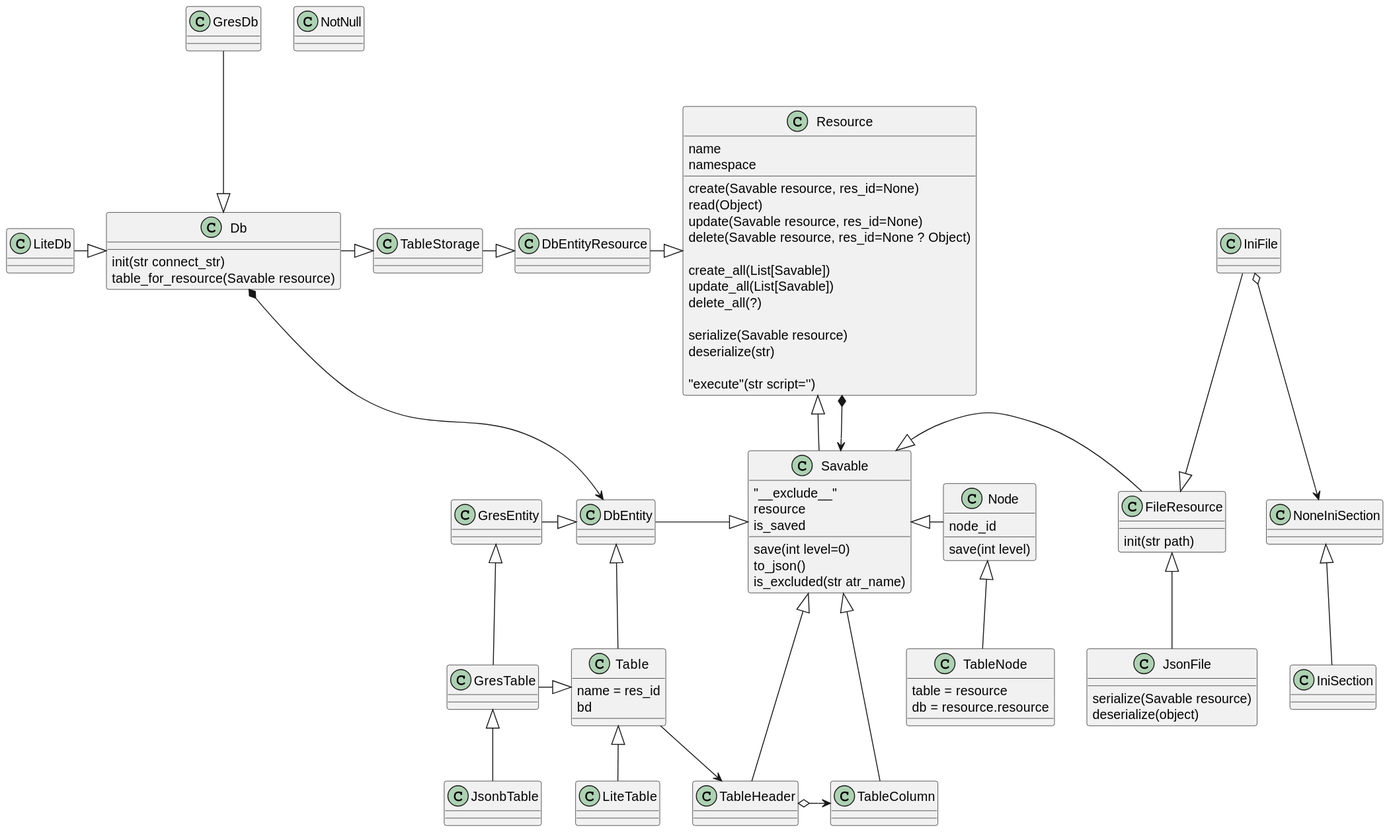
Before: out/uml/resource/resource.svg, a diagram exported from PlantUML (nagvalhm/epure).
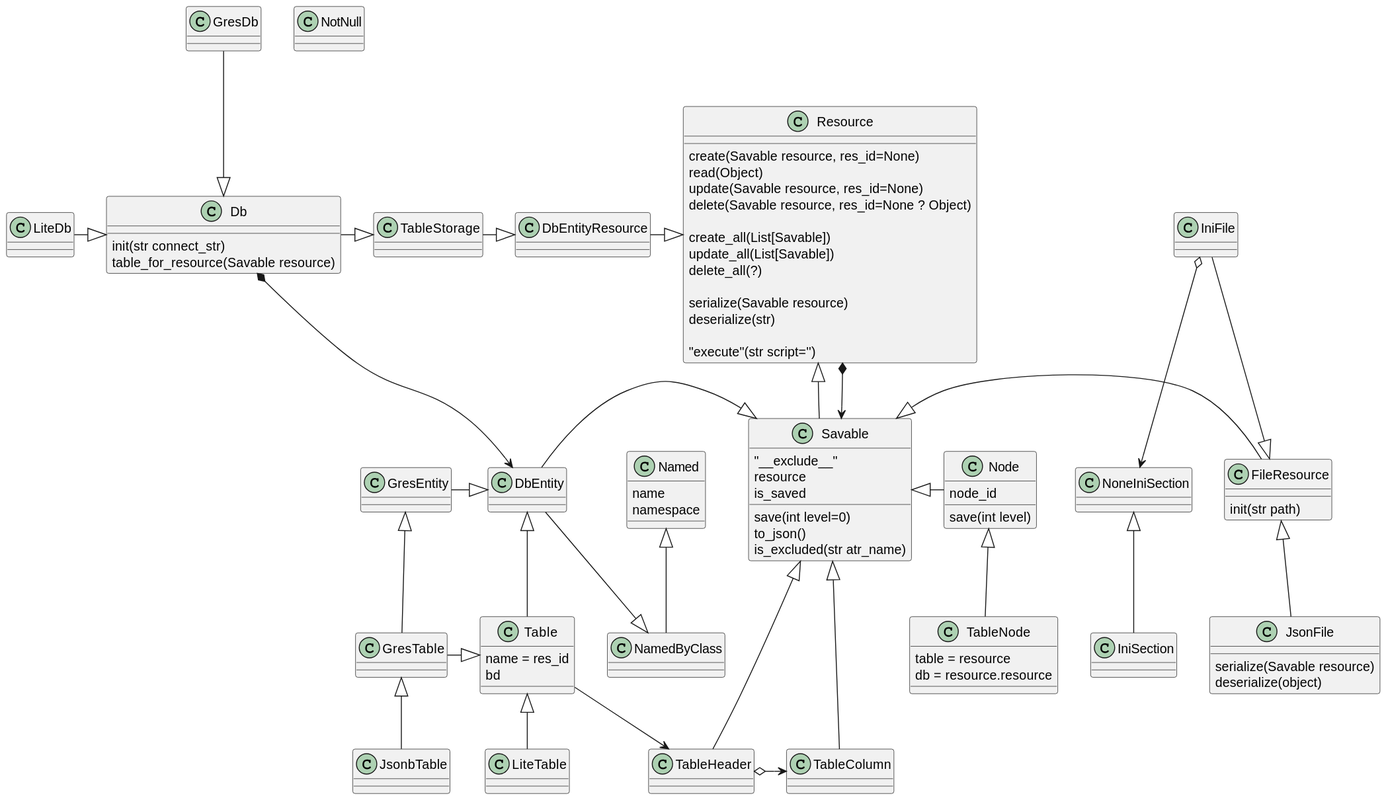
Later version of the same file.

Commit message:
updated uml for previous changes

The edit, as a diff of the source:
```diff
@@ -13,8 +13,7 @@
     deserialize(str)
 
     "execute"(str script='')
-    name
-    namespace
+
 }
 
 
@@ -73,13 +72,20 @@
     db = resource.resource
 }
 
+class Named{
+    name
+    namespace
+}
+class NamedByClass{}
 
+Named <|-down- NamedByClass
 
 Resource <|-left- DbEntityResource
     DbEntityResource <|-left- TableStorage
         TableStorage <|-left- Db
             Db <|-up- GresDb
             Db <|-left- LiteDb
+            NamedByClass <|-up- DbEntity
             Db *-down-> DbEntity
                 DbEntity <|-left- GresEntity
 
```
